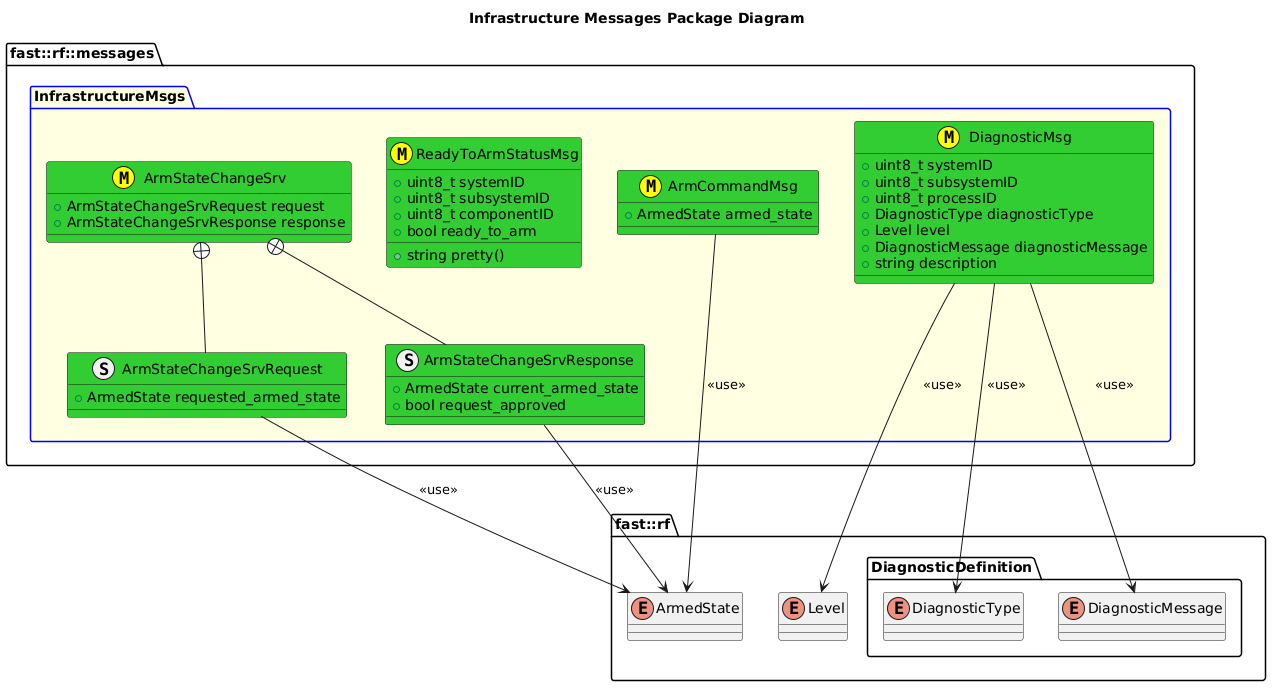
This is msgs/InfrastructureMsgs/doc/puml/InfrastructureMessagesClassDiagram.png from fastrobotics/robot_framework, a PlantUML export, as it was before one commit.
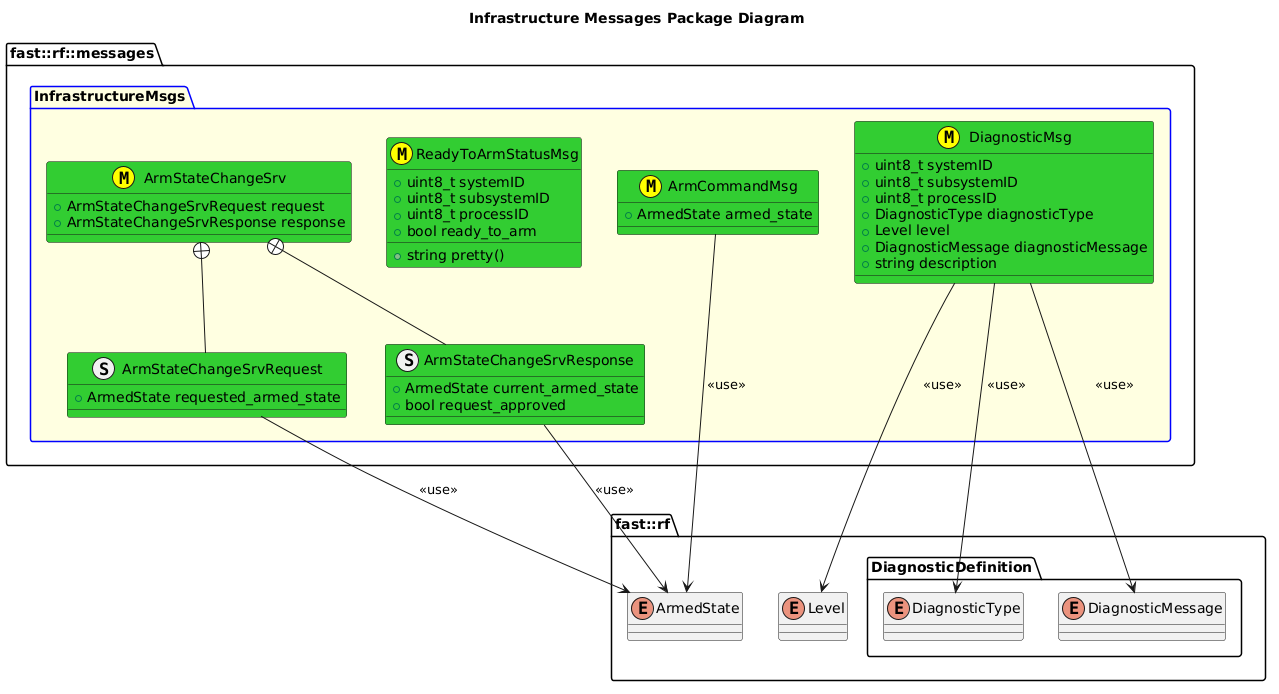
After the change.

Diff of the diagram source:
```diff
@@ -36,7 +36,7 @@
     class ReadyToArmStatusMsg <<(M,#FFFF00)>> #LimeGreen {
       +uint8_t systemID
       +uint8_t subsystemID
-      +uint8_t componentID
+      +uint8_t processID
       +bool ready_to_arm
       +string pretty()
     }
```
